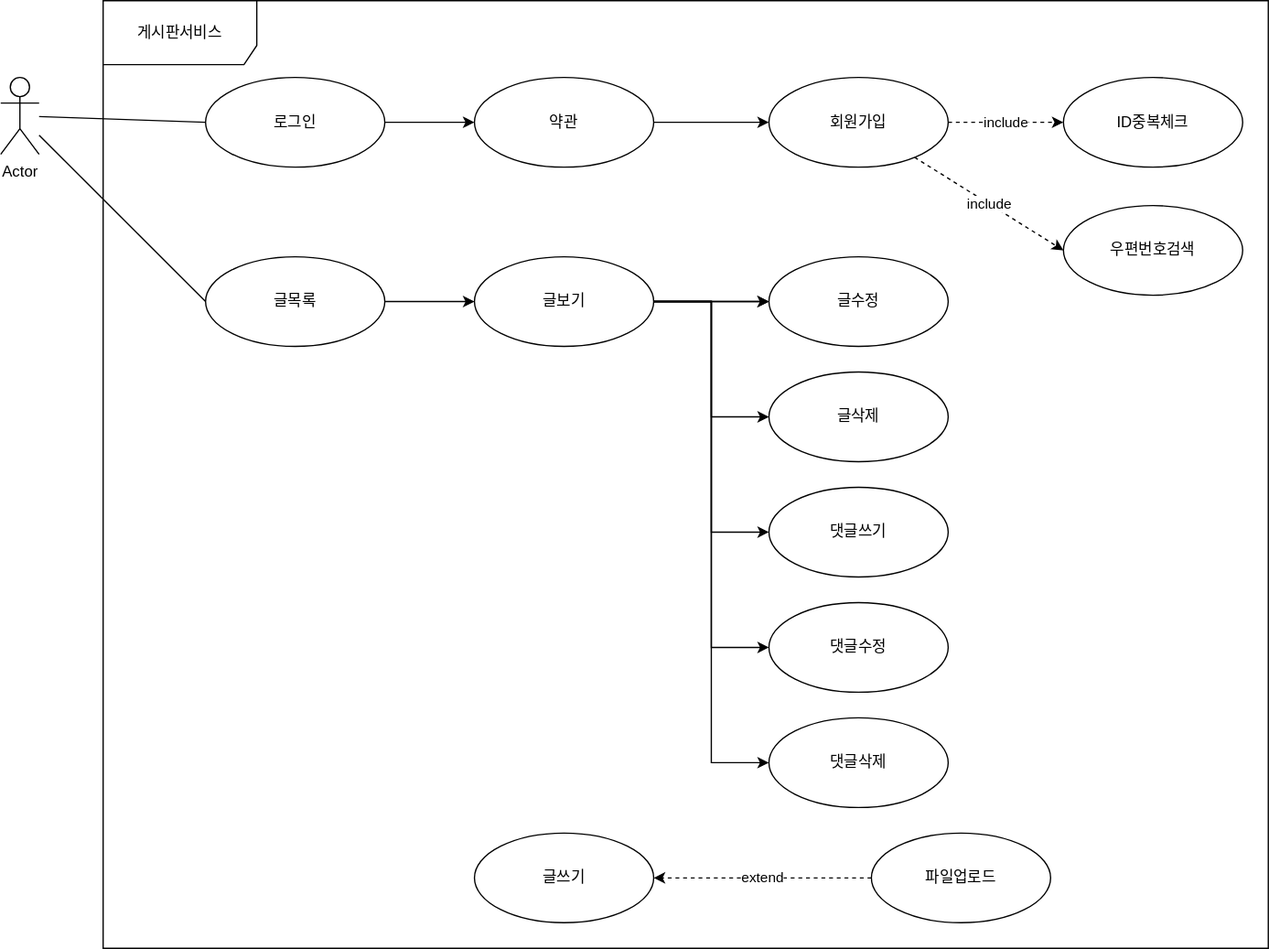
kyoungjunkim/JSP keeps this draw.io diagram as Jboard1/게시판 유스케이스.svg. Above is the earlier version. Source tidied: cells renumbered, new cells last; positions are measured from the earlier drawing's top-left corner, leaving out a move shared by most shapes.
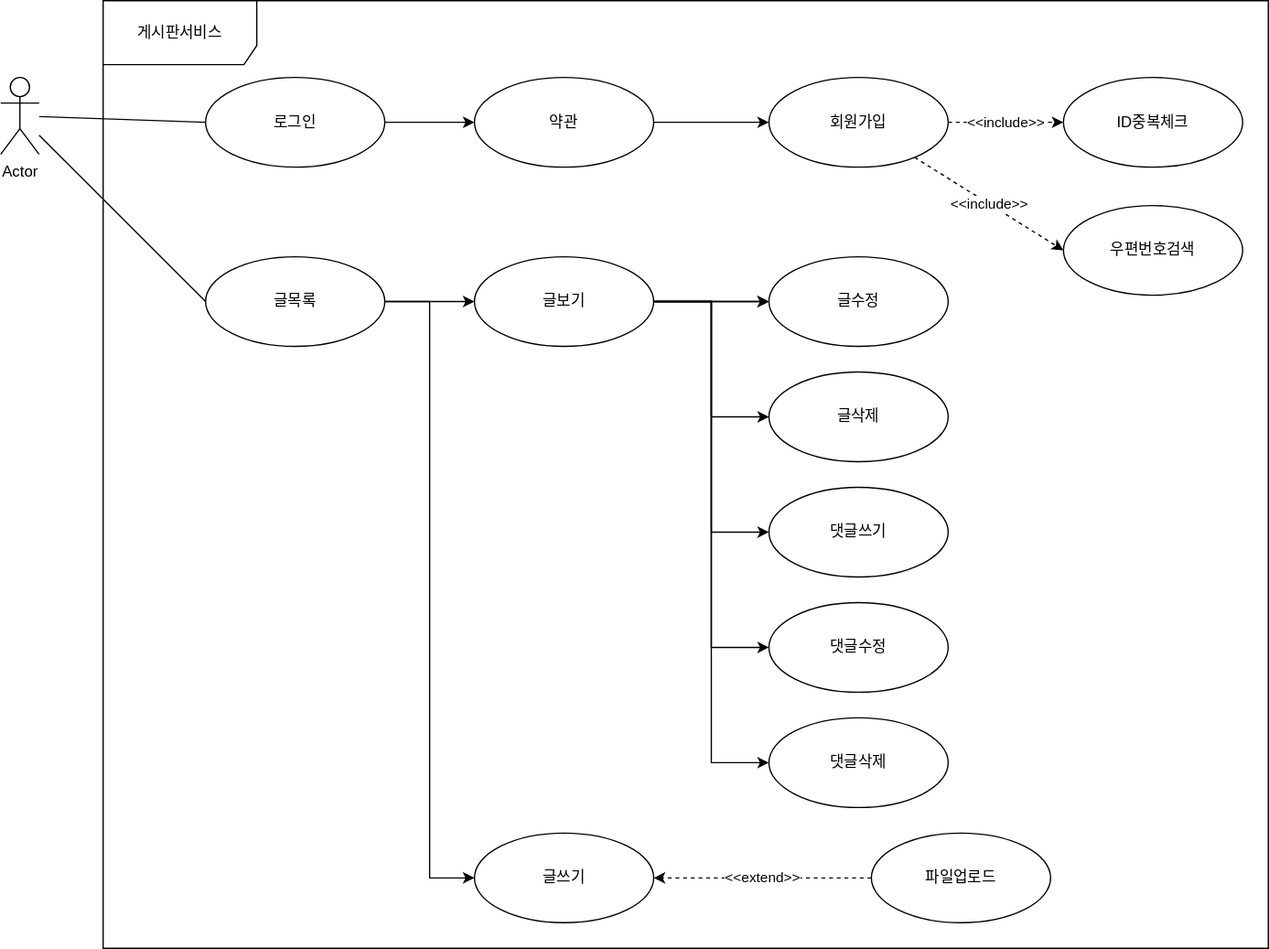
After the commit.

The edit, as a diff of the source:
```diff
@@ -26,10 +26,10 @@
     <mxCell id="9" value="약관" style="ellipse;whiteSpace=wrap;html=1;" parent="1" vertex="1">
       <mxGeometry x="370" y="60" width="140" height="70" as="geometry" />
     </mxCell>
-    <mxCell id="10" value="include" style="edgeStyle=none;rounded=0;jettySize=auto;html=1;entryX=0;entryY=0.5;entryDx=0;entryDy=0;dashed=1;" parent="1" edge="1" source="12" target="13">
+    <mxCell id="10" value="&amp;lt;&amp;lt;include&amp;gt;&amp;gt;" style="edgeStyle=none;rounded=0;jettySize=auto;html=1;entryX=0;entryY=0.5;entryDx=0;entryDy=0;dashed=1;" parent="1" edge="1" source="12" target="13">
       <mxGeometry relative="1" as="geometry" />
     </mxCell>
-    <mxCell id="11" value="include" style="rounded=0;jettySize=auto;html=1;entryX=0;entryY=0.5;entryDx=0;entryDy=0;endArrow=classic;endFill=1;dashed=1;" parent="1" edge="1" source="12" target="31">
+    <mxCell id="11" value="&amp;lt;&amp;lt;include&amp;gt;&amp;gt;" style="rounded=0;jettySize=auto;html=1;entryX=0;entryY=0.5;entryDx=0;entryDy=0;endArrow=classic;endFill=1;dashed=1;" parent="1" edge="1" source="12" target="31">
       <mxGeometry relative="1" as="geometry" />
     </mxCell>
     <mxCell id="12" value="회원가입" style="ellipse;whiteSpace=wrap;html=1;" parent="1" vertex="1">
@@ -41,6 +41,9 @@
     <mxCell id="14" style="edgeStyle=none;rounded=0;jettySize=auto;html=1;entryX=0;entryY=0.5;entryDx=0;entryDy=0;" parent="1" edge="1" source="15" target="22">
       <mxGeometry relative="1" as="geometry" />
     </mxCell>
+    <mxCell id="32" style="edgeStyle=orthogonalEdgeStyle;rounded=0;jettySize=auto;html=1;entryX=0;entryY=0.5;entryDx=0;entryDy=0;" parent="1" edge="1" source="15" target="28">
+      <mxGeometry relative="1" as="geometry" />
+    </mxCell>
     <mxCell id="15" value="글목록" style="ellipse;whiteSpace=wrap;html=1;" parent="1" vertex="1">
       <mxGeometry x="160" y="200" width="140" height="70" as="geometry" />
     </mxCell>
@@ -83,7 +86,7 @@
     <mxCell id="28" value="글쓰기" style="ellipse;whiteSpace=wrap;html=1;" parent="1" vertex="1">
       <mxGeometry x="370" y="650" width="140" height="70" as="geometry" />
     </mxCell>
-    <mxCell id="29" value="extend" style="edgeStyle=none;rounded=0;jettySize=auto;html=1;entryX=1;entryY=0.5;entryDx=0;entryDy=0;dashed=1;endArrow=classic;endFill=1;" parent="1" edge="1" source="30" target="28">
+    <mxCell id="29" value="&amp;lt;&amp;lt;extend&amp;gt;&amp;gt;" style="edgeStyle=none;rounded=0;jettySize=auto;html=1;entryX=1;entryY=0.5;entryDx=0;entryDy=0;dashed=1;endArrow=classic;endFill=1;" parent="1" edge="1" source="30" target="28">
       <mxGeometry relative="1" as="geometry" />
     </mxCell>
     <mxCell id="30" value="파일업로드" style="ellipse;whiteSpace=wrap;html=1;" parent="1" vertex="1">
```
